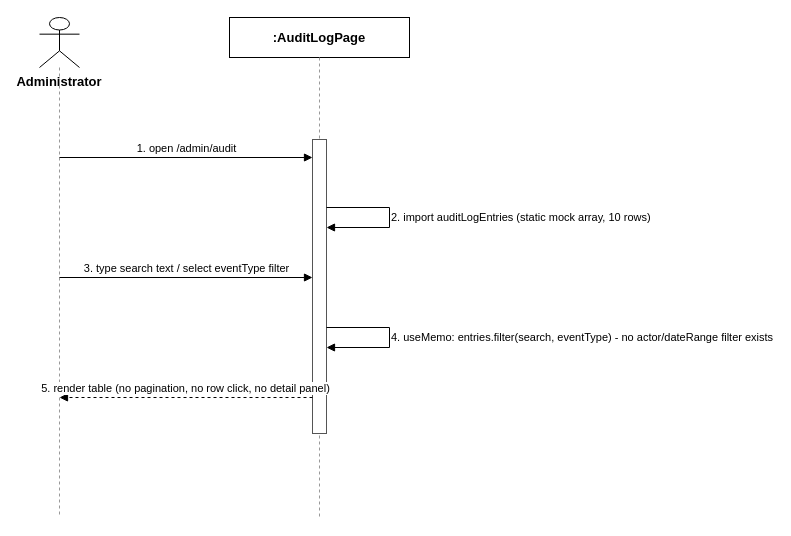
Earlier version of the draw.io diagram page "Administrator_View AuditTrail" (3 of 7) of docs/qa/sequence-diagrams.drawio (tulklk/AI_Interview_Question_Generation_RAG_LLM_FE). Source tidied: cells renumbered, new cells numbered last; positions are measured from the earlier drawing's top-left corner, leaving out a move shared by most shapes. Both pictures are drawn from the tidied source at 100%, with x=0, y=0 at pixel (39, 17).
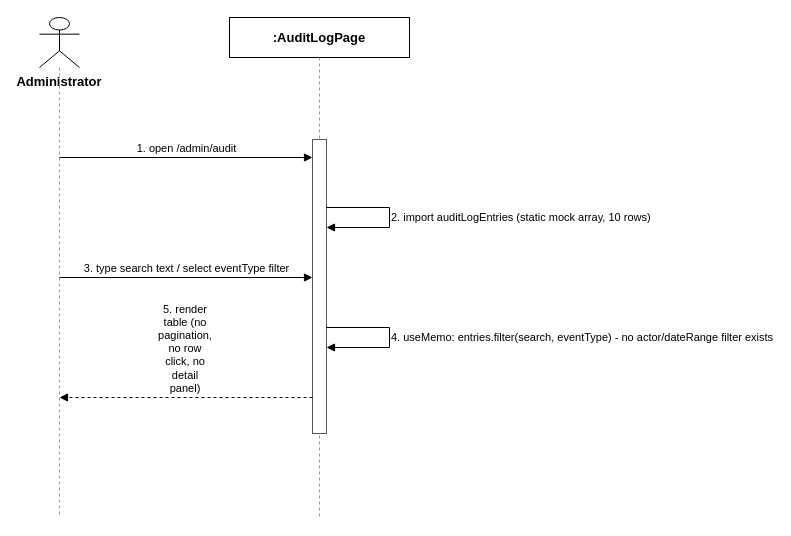
After the change.

The edit, as a diff of the source:
```diff
@@
-    <mxCell id="11" value="5. render table (no pagination, no row click, no detail panel)" style="endArrow=block;endFill=1;html=1;dashed=1;fontSize=11;align=center;verticalAlign=bottom;labelBackgroundColor=#ffffff;strokeColor=#000000;" parent="1" edge="1">
+    <mxCell id="11" value="5. render table (no pagination, no row click, no detail panel)" style="endArrow=block;endFill=1;html=1;whiteSpace=wrap;dashed=1;fontSize=11;align=center;verticalAlign=bottom;labelBackgroundColor=#ffffff;strokeColor=#000000;" parent="1" edge="1">
       <mxGeometry relative="1" as="geometry">
         <mxPoint x="273" y="380" as="sourcePoint" />
         <mxPoint x="20" y="380" as="targetPoint" />
       </mxGeometry>
     </mxCell>
```
